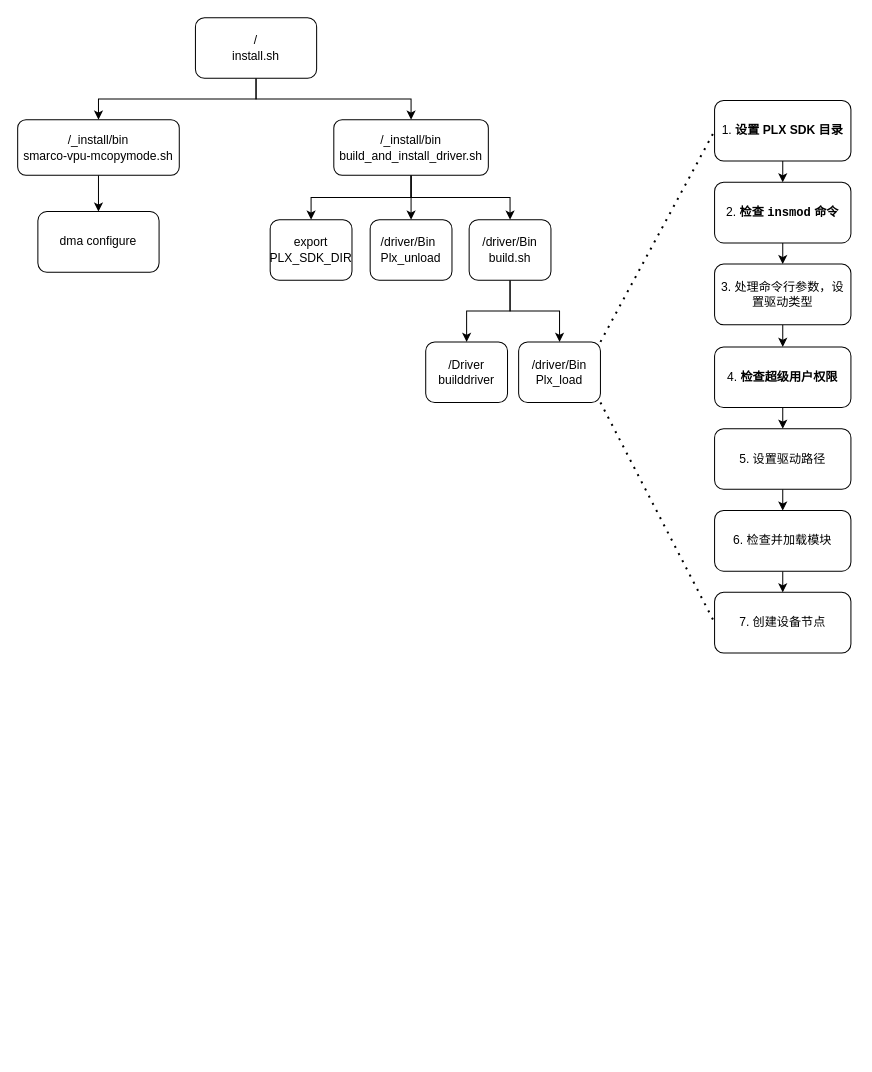
gaohongy/drawio keeps this draw.io diagram as runtime.drawio. Above is the earlier version. Source tidied: cells renumbered, new cells numbered last; positions are measured from the earlier drawing's top-left corner, leaving out a move shared by most shapes. Both pictures are drawn from the tidied source at 101%, with x=0, y=0 at pixel (17, 17).
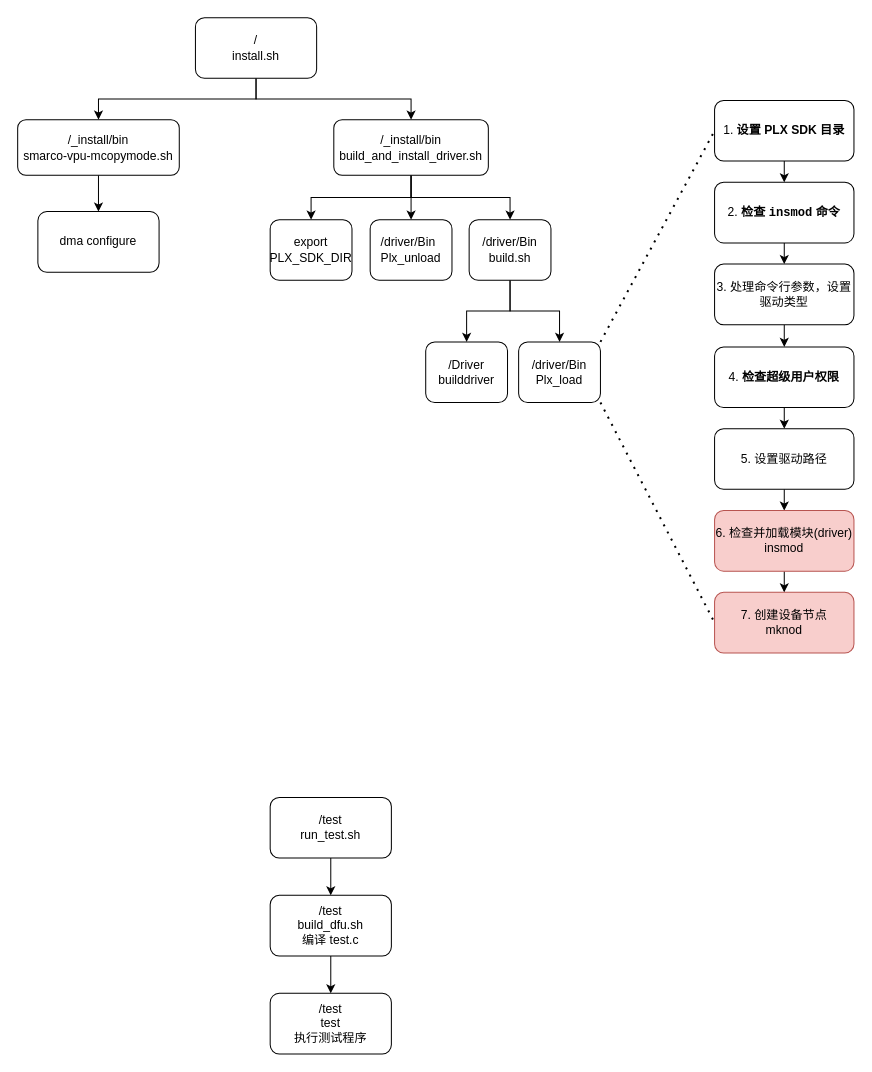
Above is the later version.

The edit, as a diff of the source:
```diff
@@
     <mxCell id="20" value="1. &lt;strong&gt;设置 PLX SDK 目录&lt;/strong&gt;" style="rounded=1;whiteSpace=wrap;html=1;" parent="1" vertex="1">
-      <mxGeometry x="690" y="82" width="135" height="60" as="geometry" />
+      <mxGeometry x="690" y="82" width="138" height="60" as="geometry" />
     </mxCell>
@@
     <mxCell id="22" value="2. &lt;strong&gt;检查 &lt;code&gt;insmod&lt;/code&gt; 命令&lt;/strong&gt;" style="rounded=1;whiteSpace=wrap;html=1;" parent="1" vertex="1">
-      <mxGeometry x="690" y="163" width="135" height="60" as="geometry" />
+      <mxGeometry x="690" y="163" width="138" height="60" as="geometry" />
     </mxCell>
@@
     <mxCell id="24" value="3. 处理命令行参数，设置驱动类型" style="rounded=1;whiteSpace=wrap;html=1;" parent="1" vertex="1">
-      <mxGeometry x="690" y="244" width="135" height="60" as="geometry" />
+      <mxGeometry x="690" y="244" width="138" height="60" as="geometry" />
     </mxCell>
@@
     <mxCell id="26" value="4. &lt;strong&gt;检查超级用户权限&lt;/strong&gt;" style="rounded=1;whiteSpace=wrap;html=1;" parent="1" vertex="1">
-      <mxGeometry x="690" y="326" width="135" height="60" as="geometry" />
+      <mxGeometry x="690" y="326" width="138" height="60" as="geometry" />
     </mxCell>
@@
     <mxCell id="28" value="5. 设置驱动路径" style="rounded=1;whiteSpace=wrap;html=1;" parent="1" vertex="1">
-      <mxGeometry x="690" y="407" width="135" height="60" as="geometry" />
+      <mxGeometry x="690" y="407" width="138" height="60" as="geometry" />
     </mxCell>
@@
-    <mxCell id="30" value="6. 检查并加载模块" style="rounded=1;whiteSpace=wrap;html=1;" parent="1" vertex="1">
-      <mxGeometry x="690" y="488" width="135" height="60" as="geometry" />
+    <mxCell id="30" value="6. 检查并加载模块(driver)&lt;div&gt;insmod&lt;/div&gt;" style="rounded=1;whiteSpace=wrap;html=1;fillColor=#f8cecc;strokeColor=#b85450;" parent="1" vertex="1">
+      <mxGeometry x="690" y="488" width="138" height="60" as="geometry" />
     </mxCell>
-    <mxCell id="31" value="7. 创建设备节点" style="rounded=1;whiteSpace=wrap;html=1;" parent="1" vertex="1">
-      <mxGeometry x="690" y="569" width="135" height="60" as="geometry" />
+    <mxCell id="31" value="7. 创建设备节点&lt;div&gt;mknod&lt;/div&gt;" style="rounded=1;whiteSpace=wrap;html=1;fillColor=#f8cecc;strokeColor=#b85450;" parent="1" vertex="1">
+      <mxGeometry x="690" y="569" width="138" height="60" as="geometry" />
     </mxCell>
@@
+    <mxCell id="34" style="edgeStyle=orthogonalEdgeStyle;rounded=0;jettySize=auto;html=1;exitX=0.5;exitY=1;exitDx=0;exitDy=0;entryX=0.5;entryY=0;entryDx=0;entryDy=0;" parent="1" edge="1" source="35" target="37">
+      <mxGeometry relative="1" as="geometry" />
+    </mxCell>
+    <mxCell id="35" value="/test&lt;div&gt;run_test.sh&lt;/div&gt;" style="rounded=1;whiteSpace=wrap;html=1;" parent="1" vertex="1">
+      <mxGeometry x="250" y="772" width="120" height="60" as="geometry" />
+    </mxCell>
+    <mxCell id="36" style="edgeStyle=orthogonalEdgeStyle;rounded=0;jettySize=auto;html=1;exitX=0.5;exitY=1;exitDx=0;exitDy=0;entryX=0.5;entryY=0;entryDx=0;entryDy=0;" parent="1" edge="1" source="37" target="38">
+      <mxGeometry relative="1" as="geometry" />
+    </mxCell>
+    <mxCell id="37" value="&lt;div&gt;/test&lt;/div&gt;&lt;div&gt;build_dfu.sh&lt;/div&gt;编译 test.c" style="rounded=1;whiteSpace=wrap;html=1;" parent="1" vertex="1">
+      <mxGeometry x="250" y="869" width="120" height="60" as="geometry" />
+    </mxCell>
+    <mxCell id="38" value="&lt;div&gt;/test&lt;/div&gt;&lt;div&gt;test&lt;/div&gt;&lt;div&gt;执行测试程序&lt;/div&gt;" style="rounded=1;whiteSpace=wrap;html=1;" parent="1" vertex="1">
+      <mxGeometry x="250" y="966" width="120" height="60" as="geometry" />
+    </mxCell>
```
